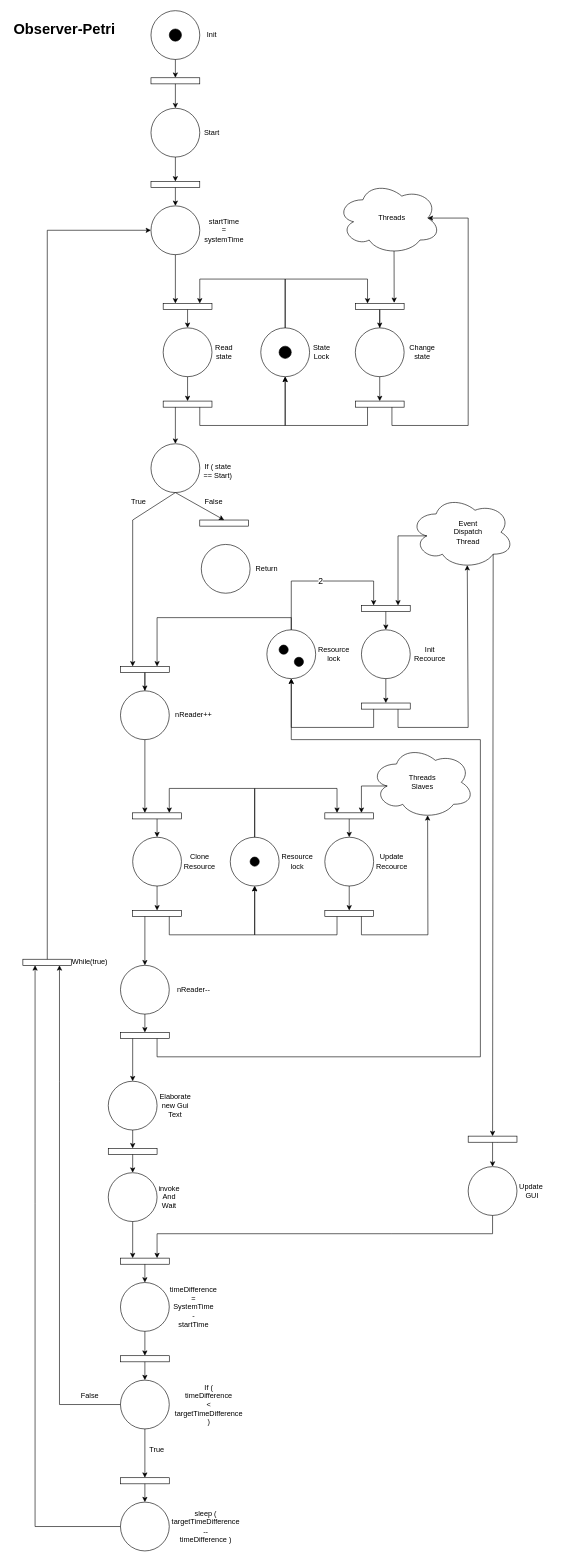
Above: Petry/ObserversPetry.drawio in TheGarbage/PCD-Assignment1 (draw.io), before the change. Source tidied: cells renumbered, new cells numbered last; positions are measured from the earlier drawing's top-left corner, leaving out a move shared by most shapes. Both pictures are drawn from the tidied source at 61%, with x=0, y=0 at pixel (10, 10).
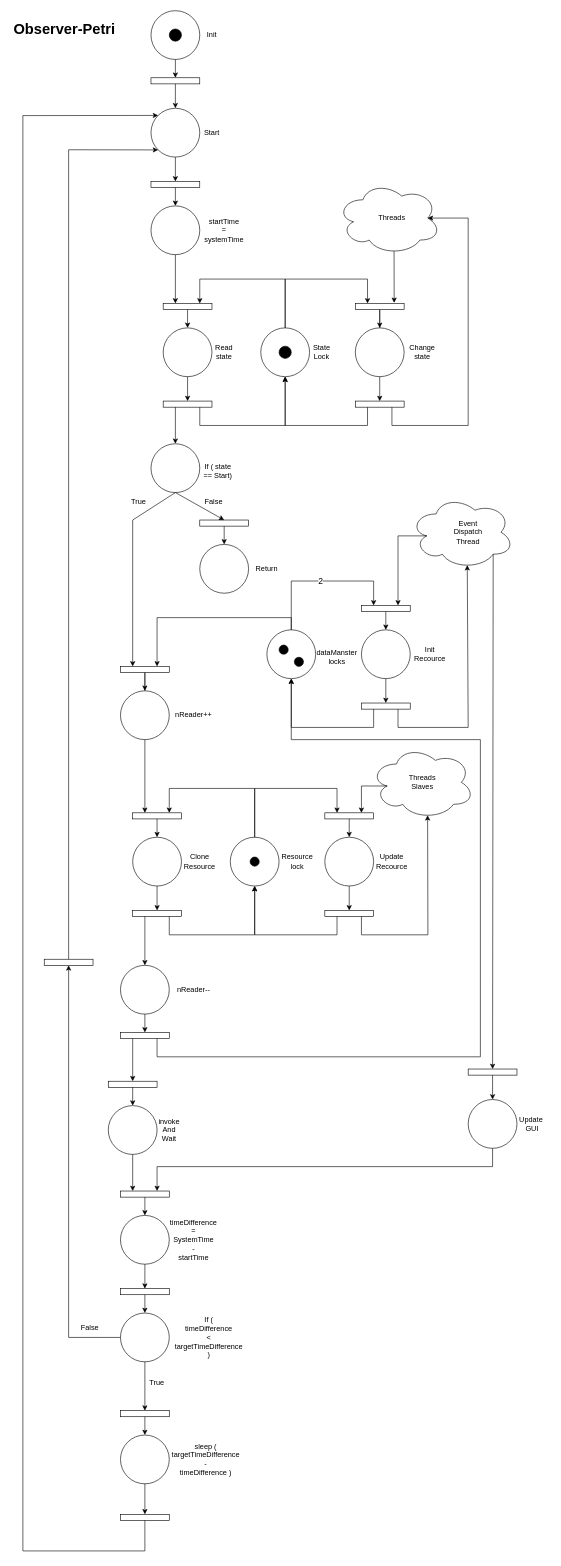
The same page after the edit.

Unchanged cells that the change refers to:
```xml
<mxCell id="3" style="ellipse;whiteSpace=wrap;html=1;" parent="1" vertex="1">
  <mxGeometry x="230" y="160" width="80" height="80" as="geometry" />
</mxCell>
<mxCell id="4" style="ellipse;whiteSpace=wrap;html=1;" parent="1" vertex="1">
  <mxGeometry x="230" y="320" width="80" height="80" as="geometry" />
</mxCell>
<mxCell id="125" style="rounded=0;whiteSpace=wrap;html=1;" parent="1" vertex="1">
  <mxGeometry x="180" y="1675" width="80" height="10" as="geometry" />
</mxCell>
<mxCell id="138" style="rounded=0;whiteSpace=wrap;html=1;" parent="1" vertex="1">
  <mxGeometry x="310" y="835" width="80" height="10" as="geometry" />
</mxCell>
```

Change to the diagram source:
```diff
@@
     <mxCell id="19" style="ellipse;whiteSpace=wrap;html=1;" parent="1" vertex="1">
-      <mxGeometry x="312.5" y="875" width="80" height="80" as="geometry" />
+      <mxGeometry x="310" y="875" width="80" height="80" as="geometry" />
     </mxCell>
@@
     <mxCell id="21" style="ellipse;whiteSpace=wrap;html=1;" parent="1" vertex="1">
-      <mxGeometry x="180" y="2245" width="80" height="80" as="geometry" />
+      <mxGeometry x="180" y="2135" width="80" height="80" as="geometry" />
     </mxCell>
     <mxCell id="22" style="rounded=0;whiteSpace=wrap;html=1;" parent="1" vertex="1">
-      <mxGeometry x="160" y="1865" width="80" height="10" as="geometry" />
+      <mxGeometry x="160" y="1755" width="80" height="10" as="geometry" />
     </mxCell>
     <mxCell id="23" value="invoke&lt;br&gt;And&lt;br&gt;Wait" style="text;html=1;strokeColor=none;fillColor=none;align=center;verticalAlign=middle;whiteSpace=wrap;rounded=0;" parent="1" vertex="1">
-      <mxGeometry x="230" y="1930" width="60" height="30" as="geometry" />
+      <mxGeometry x="230" y="1820" width="60" height="30" as="geometry" />
     </mxCell>
     <mxCell id="24" style="ellipse;whiteSpace=wrap;html=1;" parent="1" vertex="1">
-      <mxGeometry x="180" y="2445" width="80" height="80" as="geometry" />
+      <mxGeometry x="180" y="2335" width="80" height="80" as="geometry" />
     </mxCell>
     <mxCell id="25" style="rounded=0;whiteSpace=wrap;html=1;" parent="1" vertex="1">
-      <mxGeometry x="180" y="2405" width="80" height="10" as="geometry" />
+      <mxGeometry x="180" y="2295" width="80" height="10" as="geometry" />
     </mxCell>
-    <mxCell id="26" value="sleep (&lt;br&gt;targetTimeDifference&lt;br&gt;--&lt;br&gt;timeDifference )" style="text;html=1;strokeColor=none;fillColor=none;align=center;verticalAlign=middle;whiteSpace=wrap;rounded=0;" parent="1" vertex="1">
-      <mxGeometry x="290" y="2470" width="60" height="30" as="geometry" />
+    <mxCell id="26" value="sleep (&lt;br&gt;targetTimeDifference&lt;br&gt;-&lt;br&gt;timeDifference )" style="text;html=1;strokeColor=none;fillColor=none;align=center;verticalAlign=middle;whiteSpace=wrap;rounded=0;" parent="1" vertex="1">
+      <mxGeometry x="290" y="2360" width="60" height="30" as="geometry" />
     </mxCell>
     <mxCell id="27" value="True" style="text;html=1;strokeColor=none;fillColor=none;align=center;verticalAlign=middle;whiteSpace=wrap;rounded=0;" parent="1" vertex="1">
-      <mxGeometry x="210" y="2345" width="60" height="30" as="geometry" />
+      <mxGeometry x="210" y="2235" width="60" height="30" as="geometry" />
     </mxCell>
-    <mxCell id="28" style="endArrow=classic;html=1;rounded=0;exitX=0;exitY=0.5;exitDx=0;exitDy=0;entryX=0.75;entryY=1;entryDx=0;entryDy=0;" parent="1" edge="1" source="21" target="29">
+    <mxCell id="28" style="endArrow=classic;html=1;rounded=0;exitX=0;exitY=0.5;exitDx=0;exitDy=0;entryX=0.5;entryY=1;entryDx=0;entryDy=0;" parent="1" edge="1" source="21" target="141">
       <mxGeometry relative="1" as="geometry">
         <Array as="points">
-          <mxPoint x="80" y="2285" />
-          <mxPoint x="80" y="1755" />
+          <mxPoint x="95" y="2175" />
         </Array>
       </mxGeometry>
     </mxCell>
-    <mxCell id="29" style="rounded=0;whiteSpace=wrap;html=1;" parent="1" vertex="1">
-      <mxGeometry x="20" y="1555" width="80" height="10" as="geometry" />
-    </mxCell>
-    <mxCell id="30" style="endArrow=classic;html=1;rounded=0;exitX=0.5;exitY=0;exitDx=0;exitDy=0;entryX=0;entryY=0.5;entryDx=0;entryDy=0;" parent="1" edge="1" source="29" target="4">
-      <mxGeometry relative="1" as="geometry">
-        <Array as="points">
-          <mxPoint x="60" y="360" />
-        </Array>
-      </mxGeometry>
-    </mxCell>
     <mxCell id="31" value="False" style="text;html=1;strokeColor=none;fillColor=none;align=center;verticalAlign=middle;whiteSpace=wrap;rounded=0;" parent="1" vertex="1">
-      <mxGeometry x="100" y="2255" width="60" height="30" as="geometry" />
+      <mxGeometry x="100" y="2145" width="60" height="30" as="geometry" />
     </mxCell>
-    <mxCell id="32" style="endArrow=classic;html=1;rounded=0;exitX=0;exitY=0.5;exitDx=0;exitDy=0;entryX=0.25;entryY=1;entryDx=0;entryDy=0;" parent="1" edge="1" source="24" target="29">
-      <mxGeometry relative="1" as="geometry">
-        <Array as="points">
-          <mxPoint x="40" y="2485" />
-          <mxPoint x="40" y="1955" />
-        </Array>
-      </mxGeometry>
-    </mxCell>
-    <mxCell id="33" value="While(true)" style="text;html=1;strokeColor=none;fillColor=none;align=center;verticalAlign=middle;whiteSpace=wrap;rounded=0;" parent="1" vertex="1">
-      <mxGeometry x="100" y="1545" width="60" height="30" as="geometry" />
-    </mxCell>
@@
     <mxCell id="40" style="ellipse;whiteSpace=wrap;html=1;" parent="1" vertex="1">
-      <mxGeometry x="160" y="1905" width="80" height="80" as="geometry" />
+      <mxGeometry x="160" y="1795" width="80" height="80" as="geometry" />
     </mxCell>
     <mxCell id="41" style="ellipse;whiteSpace=wrap;html=1;" parent="1" vertex="1">
-      <mxGeometry x="750" y="1895" width="80" height="80" as="geometry" />
+      <mxGeometry x="750" y="1785" width="80" height="80" as="geometry" />
     </mxCell>
     <mxCell id="42" style="rounded=0;whiteSpace=wrap;html=1;" parent="1" vertex="1">
-      <mxGeometry x="180" y="2045" width="80" height="10" as="geometry" />
+      <mxGeometry x="180" y="1935" width="80" height="10" as="geometry" />
     </mxCell>
     <mxCell id="43" style="endArrow=classic;html=1;rounded=0;entryX=0.75;entryY=0;entryDx=0;entryDy=0;exitX=0.5;exitY=1;exitDx=0;exitDy=0;" parent="1" edge="1" source="41" target="42">
       <mxGeometry relative="1" as="geometry">
         <Array as="points">
-          <mxPoint x="790" y="2005" />
-          <mxPoint x="625" y="2005" />
-          <mxPoint x="240" y="2005" />
-          <mxPoint x="240" y="2045" />
+          <mxPoint x="790" y="1895" />
+          <mxPoint x="625" y="1895" />
+          <mxPoint x="240" y="1895" />
+          <mxPoint x="240" y="1935" />
         </Array>
       </mxGeometry>
     </mxCell>
     <mxCell id="44" style="endArrow=classic;html=1;rounded=0;exitX=0.5;exitY=1;exitDx=0;exitDy=0;" parent="1" edge="1" source="42">
       <mxGeometry relative="1" as="geometry">
-        <mxPoint x="220" y="2085" as="targetPoint" />
+        <mxPoint x="220" y="1975" as="targetPoint" />
       </mxGeometry>
     </mxCell>
@@
     <mxCell id="47" style="endArrow=classic;html=1;rounded=0;exitX=0.8;exitY=0.8;exitDx=0;exitDy=0;exitPerimeter=0;" parent="1" edge="1" source="110">
       <mxGeometry relative="1" as="geometry">
-        <mxPoint x="791" y="1850" as="targetPoint" />
+        <mxPoint x="791" y="1740" as="targetPoint" />
       </mxGeometry>
     </mxCell>
@@
     <mxCell id="49" value="Update&amp;nbsp;&lt;br&gt;GUI" style="text;html=1;strokeColor=none;fillColor=none;align=center;verticalAlign=middle;whiteSpace=wrap;rounded=0;" parent="1" vertex="1">
-      <mxGeometry x="825" y="1920" width="60" height="30" as="geometry" />
+      <mxGeometry x="825" y="1810" width="60" height="30" as="geometry" />
     </mxCell>
@@
     <mxCell id="54" style="ellipse;whiteSpace=wrap;html=1;" parent="1" vertex="1">
-      <mxGeometry x="180" y="2085" width="80" height="80" as="geometry" />
+      <mxGeometry x="180" y="1975" width="80" height="80" as="geometry" />
     </mxCell>
     <mxCell id="55" style="rounded=0;whiteSpace=wrap;html=1;" parent="1" vertex="1">
-      <mxGeometry x="180" y="2205" width="80" height="10" as="geometry" />
+      <mxGeometry x="180" y="2095" width="80" height="10" as="geometry" />
     </mxCell>
@@
     <mxCell id="57" value="timeDifference&lt;br&gt;=&lt;br&gt;SystemTime&lt;br&gt;- &lt;br&gt;startTime" style="text;html=1;strokeColor=none;fillColor=none;align=center;verticalAlign=middle;whiteSpace=wrap;rounded=0;" parent="1" vertex="1">
-      <mxGeometry x="270" y="2110" width="60" height="30" as="geometry" />
+      <mxGeometry x="270" y="2000" width="60" height="30" as="geometry" />
     </mxCell>
@@
     <mxCell id="59" value="If (&lt;br&gt;timeDifference&lt;br style=&quot;border-color: var(--border-color);&quot;&gt;&amp;lt;&lt;br style=&quot;border-color: var(--border-color);&quot;&gt;targetTimeDifference )" style="text;html=1;strokeColor=none;fillColor=none;align=center;verticalAlign=middle;whiteSpace=wrap;rounded=0;" parent="1" vertex="1">
-      <mxGeometry x="295" y="2270" width="60" height="30" as="geometry" />
+      <mxGeometry x="295" y="2160" width="60" height="30" as="geometry" />
     </mxCell>
@@
-    <mxCell id="104" style="ellipse;whiteSpace=wrap;html=1;" parent="1" vertex="1">
-      <mxGeometry x="160" y="1755" width="80" height="80" as="geometry" />
-    </mxCell>
-    <mxCell id="105" style="endArrow=classic;html=1;rounded=0;entryX=0.5;entryY=0;entryDx=0;entryDy=0;exitX=0.5;exitY=1;exitDx=0;exitDy=0;" parent="1" edge="1" source="104" target="22">
-      <mxGeometry relative="1" as="geometry" />
-    </mxCell>
-    <mxCell id="106" value="Elaborate&lt;br&gt;new Gui&lt;br&gt;Text" style="text;html=1;strokeColor=none;fillColor=none;align=center;verticalAlign=middle;whiteSpace=wrap;rounded=0;" parent="1" vertex="1">
-      <mxGeometry x="240" y="1780" width="60" height="30" as="geometry" />
-    </mxCell>
@@
     <mxCell id="110" style="rounded=0;whiteSpace=wrap;html=1;" parent="1" vertex="1">
-      <mxGeometry x="750" y="1845" width="80" height="10" as="geometry" />
+      <mxGeometry x="750" y="1735" width="80" height="10" as="geometry" />
     </mxCell>
@@
-    <mxCell id="120" value="Resource&lt;br&gt;lock" style="text;html=1;strokeColor=none;fillColor=none;align=center;verticalAlign=middle;whiteSpace=wrap;rounded=0;" parent="1" vertex="1">
-      <mxGeometry x="500" y="1040" width="60" height="30" as="geometry" />
+    <mxCell id="120" value="dataManster&lt;br&gt;locks" style="text;html=1;strokeColor=none;fillColor=none;align=center;verticalAlign=middle;whiteSpace=wrap;rounded=0;" parent="1" vertex="1">
+      <mxGeometry x="505" y="1045" width="60" height="30" as="geometry" />
     </mxCell>
@@
-    <mxCell id="126" style="endArrow=classic;html=1;rounded=0;exitX=0.25;exitY=1;exitDx=0;exitDy=0;entryX=0.5;entryY=0;entryDx=0;entryDy=0;" parent="1" edge="1" source="125" target="104">
+    <mxCell id="126" style="endArrow=classic;html=1;rounded=0;exitX=0.25;exitY=1;exitDx=0;exitDy=0;entryX=0.5;entryY=0;entryDx=0;entryDy=0;" parent="1" edge="1" source="125" target="22">
       <mxGeometry relative="1" as="geometry" />
     </mxCell>
@@
+    <mxCell id="140" style="endArrow=classic;html=1;rounded=0;exitX=0.5;exitY=1;exitDx=0;exitDy=0;entryX=0.5;entryY=0;entryDx=0;entryDy=0;" parent="1" edge="1" source="138" target="19">
+      <mxGeometry relative="1" as="geometry" />
+    </mxCell>
+    <mxCell id="141" style="rounded=0;whiteSpace=wrap;html=1;" parent="1" vertex="1">
+      <mxGeometry x="55" y="1555" width="80" height="10" as="geometry" />
+    </mxCell>
+    <mxCell id="142" style="rounded=0;whiteSpace=wrap;html=1;" parent="1" vertex="1">
+      <mxGeometry x="180" y="2465" width="80" height="10" as="geometry" />
+    </mxCell>
+    <mxCell id="143" style="endArrow=classic;html=1;rounded=0;exitX=0.5;exitY=1;exitDx=0;exitDy=0;" parent="1" edge="1" source="24">
+      <mxGeometry relative="1" as="geometry">
+        <mxPoint x="220" y="2465" as="targetPoint" />
+      </mxGeometry>
+    </mxCell>
+    <mxCell id="144" style="endArrow=classic;html=1;rounded=0;exitX=0.5;exitY=1;exitDx=0;exitDy=0;entryX=0;entryY=0;entryDx=0;entryDy=0;" parent="1" edge="1" source="142" target="3">
+      <mxGeometry relative="1" as="geometry">
+        <Array as="points">
+          <mxPoint x="220" y="2525" />
+          <mxPoint x="20" y="2525" />
+          <mxPoint x="20" y="172" />
+        </Array>
+      </mxGeometry>
+    </mxCell>
+    <mxCell id="145" style="endArrow=classic;html=1;rounded=0;exitX=0.5;exitY=0;exitDx=0;exitDy=0;entryX=0;entryY=1;entryDx=0;entryDy=0;" parent="1" edge="1" source="141" target="3">
+      <mxGeometry relative="1" as="geometry">
+        <Array as="points">
+          <mxPoint x="95" y="228" />
+        </Array>
+      </mxGeometry>
+    </mxCell>
```
